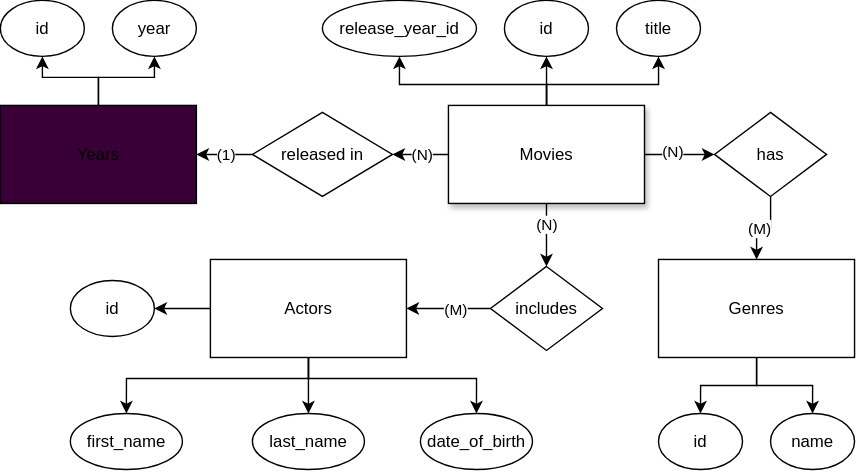
Before: docs/images/diagram-de-chen.svg, a diagram exported from draw.io (danielmuntyanu/java-spring-api-movies). Source tidied: cells renumbered, new cells last; positions are measured from the earlier drawing's top-left corner, leaving out a move shared by most shapes. Source of this version:
```xml
<mxGraphModel>
  <root>
    <mxCell id="0" />
    <mxCell id="1" parent="0" />
    <mxCell id="2" style="edgeStyle=orthogonalEdgeStyle;rounded=0;jettySize=auto;html=1;" parent="1" edge="1" source="11" target="14">
      <mxGeometry relative="1" as="geometry" />
    </mxCell>
    <mxCell id="3" value="(N)" style="edgeLabel;html=1;align=center;verticalAlign=middle;" parent="2" vertex="1">
      <mxGeometry x="-0.2" y="2" relative="1" as="geometry" />
    </mxCell>
    <mxCell id="4" style="edgeStyle=orthogonalEdgeStyle;rounded=0;jettySize=auto;html=1;" parent="1" edge="1" source="11" target="29">
      <mxGeometry relative="1" as="geometry" />
    </mxCell>
    <mxCell id="5" value="(N)" style="edgeLabel;html=1;align=center;verticalAlign=middle;" parent="4" vertex="1">
      <mxGeometry x="0.02" y="3" relative="1" as="geometry">
        <mxPoint x="-3" y="-8" as="offset" />
      </mxGeometry>
    </mxCell>
    <mxCell id="6" style="edgeStyle=orthogonalEdgeStyle;rounded=0;jettySize=auto;html=1;" parent="1" edge="1" source="11" target="32">
      <mxGeometry relative="1" as="geometry" />
    </mxCell>
    <mxCell id="7" value="(N)" style="edgeLabel;html=1;align=center;verticalAlign=middle;" parent="6" vertex="1">
      <mxGeometry x="-0.05" y="-4" relative="1" as="geometry">
        <mxPoint y="4" as="offset" />
      </mxGeometry>
    </mxCell>
    <mxCell id="8" style="edgeStyle=orthogonalEdgeStyle;rounded=0;jettySize=auto;html=1;" parent="1" edge="1" source="11" target="15">
      <mxGeometry relative="1" as="geometry">
        <Array as="points">
          <mxPoint x="390" y="60" />
          <mxPoint x="470" y="60" />
        </Array>
      </mxGeometry>
    </mxCell>
    <mxCell id="9" style="edgeStyle=orthogonalEdgeStyle;rounded=0;jettySize=auto;html=1;" parent="1" edge="1" source="11" target="33">
      <mxGeometry relative="1" as="geometry" />
    </mxCell>
    <mxCell id="10" style="edgeStyle=orthogonalEdgeStyle;rounded=0;jettySize=auto;html=1;" parent="1" edge="1" source="11" target="34">
      <mxGeometry relative="1" as="geometry">
        <Array as="points">
          <mxPoint x="390" y="60" />
          <mxPoint x="285" y="60" />
        </Array>
      </mxGeometry>
    </mxCell>
    <mxCell id="11" value="Movies" style="whiteSpace=wrap;html=1;align=center;fillColor=light-dark(#FFFFFF,#084723);shadow=1;" parent="1" vertex="1">
      <mxGeometry x="320" y="75" width="140" height="70" as="geometry" />
    </mxCell>
    <mxCell id="12" style="edgeStyle=orthogonalEdgeStyle;rounded=0;jettySize=auto;html=1;" parent="1" edge="1" source="14" target="26">
      <mxGeometry relative="1" as="geometry" />
    </mxCell>
    <mxCell id="13" value="(M)" style="edgeLabel;html=1;align=center;verticalAlign=middle;" parent="12" vertex="1">
      <mxGeometry x="0.05" relative="1" as="geometry">
        <mxPoint x="-1" as="offset" />
      </mxGeometry>
    </mxCell>
    <mxCell id="14" value="has" style="shape=rhombus;perimeter=rhombusPerimeter;whiteSpace=wrap;html=1;align=center;fillColor=light-dark(#FFFFFF,#607D06);" parent="1" vertex="1">
      <mxGeometry x="510" y="80" width="80" height="60" as="geometry" />
    </mxCell>
    <mxCell id="15" value="title" style="ellipse;whiteSpace=wrap;html=1;align=center;fillColor=light-dark(#FFFFFF,#000660);" parent="1" vertex="1">
      <mxGeometry x="440" width="60" height="40" as="geometry" />
    </mxCell>
    <mxCell id="16" style="edgeStyle=orthogonalEdgeStyle;rounded=0;jettySize=auto;html=1;" parent="1" edge="1" source="20" target="36">
      <mxGeometry relative="1" as="geometry" />
    </mxCell>
    <mxCell id="17" style="edgeStyle=orthogonalEdgeStyle;rounded=0;jettySize=auto;html=1;" parent="1" edge="1" source="20" target="37">
      <mxGeometry relative="1" as="geometry">
        <Array as="points">
          <mxPoint x="220" y="270" />
          <mxPoint x="340" y="270" />
        </Array>
      </mxGeometry>
    </mxCell>
    <mxCell id="18" style="edgeStyle=orthogonalEdgeStyle;rounded=0;jettySize=auto;html=1;" parent="1" edge="1" source="20" target="35">
      <mxGeometry relative="1" as="geometry">
        <Array as="points">
          <mxPoint x="220" y="270" />
          <mxPoint x="90" y="270" />
        </Array>
      </mxGeometry>
    </mxCell>
    <mxCell id="19" style="edgeStyle=orthogonalEdgeStyle;rounded=0;jettySize=auto;html=1;" parent="1" edge="1" source="20" target="38">
      <mxGeometry relative="1" as="geometry" />
    </mxCell>
    <mxCell id="20" value="Actors" style="whiteSpace=wrap;html=1;align=center;fillColor=light-dark(#FFFFFF,#003C49);" parent="1" vertex="1">
      <mxGeometry x="150" y="185" width="140" height="70" as="geometry" />
    </mxCell>
    <mxCell id="21" style="edgeStyle=orthogonalEdgeStyle;rounded=0;jettySize=auto;html=1;" parent="1" edge="1" source="23" target="42">
      <mxGeometry relative="1" as="geometry" />
    </mxCell>
    <mxCell id="22" style="edgeStyle=orthogonalEdgeStyle;rounded=0;jettySize=auto;html=1;" parent="1" edge="1" source="23" target="41">
      <mxGeometry relative="1" as="geometry" />
    </mxCell>
    <mxCell id="23" value="Years" style="whiteSpace=wrap;html=1;align=center;fillColor=light-dark(#380036,#260238);" parent="1" vertex="1">
      <mxGeometry y="75" width="140" height="70" as="geometry" />
    </mxCell>
    <mxCell id="24" style="edgeStyle=orthogonalEdgeStyle;rounded=0;jettySize=auto;html=1;" parent="1" edge="1" source="26" target="39">
      <mxGeometry relative="1" as="geometry" />
    </mxCell>
    <mxCell id="25" style="edgeStyle=orthogonalEdgeStyle;rounded=0;jettySize=auto;html=1;" parent="1" edge="1" source="26" target="40">
      <mxGeometry relative="1" as="geometry" />
    </mxCell>
    <mxCell id="26" value="Genres" style="whiteSpace=wrap;html=1;align=center;fillColor=light-dark(#FFFFFF,#592E04);" parent="1" vertex="1">
      <mxGeometry x="470" y="185" width="140" height="70" as="geometry" />
    </mxCell>
    <mxCell id="27" style="edgeStyle=orthogonalEdgeStyle;rounded=0;jettySize=auto;html=1;" parent="1" edge="1" source="29" target="20">
      <mxGeometry relative="1" as="geometry" />
    </mxCell>
    <mxCell id="28" value="(M)" style="edgeLabel;html=1;align=center;verticalAlign=middle;" parent="27" vertex="1">
      <mxGeometry x="-0.2" y="1" relative="1" as="geometry">
        <mxPoint x="-1" as="offset" />
      </mxGeometry>
    </mxCell>
    <mxCell id="29" value="includes" style="shape=rhombus;perimeter=rhombusPerimeter;whiteSpace=wrap;html=1;align=center;fillColor=light-dark(#FFFFFF,#607D06);" parent="1" vertex="1">
      <mxGeometry x="350" y="190" width="80" height="60" as="geometry" />
    </mxCell>
    <mxCell id="30" style="edgeStyle=orthogonalEdgeStyle;rounded=0;jettySize=auto;html=1;" parent="1" edge="1" source="32" target="23">
      <mxGeometry relative="1" as="geometry" />
    </mxCell>
    <mxCell id="31" value="(1)" style="edgeLabel;html=1;align=center;verticalAlign=middle;" parent="30" vertex="1">
      <mxGeometry x="-0.05" relative="1" as="geometry" />
    </mxCell>
    <mxCell id="32" value="released in" style="shape=rhombus;perimeter=rhombusPerimeter;whiteSpace=wrap;html=1;align=center;fillColor=light-dark(#FFFFFF,#607D06);shadow=0;" parent="1" vertex="1">
      <mxGeometry x="180" y="80" width="100" height="60" as="geometry" />
    </mxCell>
    <mxCell id="33" value="id" style="ellipse;whiteSpace=wrap;html=1;align=center;fillColor=light-dark(#FFFFFF,#000660);" parent="1" vertex="1">
      <mxGeometry x="360" width="60" height="40" as="geometry" />
    </mxCell>
    <mxCell id="34" value="release_year_id" style="ellipse;whiteSpace=wrap;html=1;align=center;fillColor=light-dark(#FFFFFF,#000660);" parent="1" vertex="1">
      <mxGeometry x="230" width="110" height="40" as="geometry" />
    </mxCell>
    <mxCell id="35" value="first_name" style="ellipse;whiteSpace=wrap;html=1;align=center;fillColor=light-dark(#FFFFFF,#000660);" parent="1" vertex="1">
      <mxGeometry x="50" y="295" width="80" height="40" as="geometry" />
    </mxCell>
    <mxCell id="36" value="id" style="ellipse;whiteSpace=wrap;html=1;align=center;fillColor=light-dark(#FFFFFF,#000660);" parent="1" vertex="1">
      <mxGeometry x="50" y="200" width="60" height="40" as="geometry" />
    </mxCell>
    <mxCell id="37" value="date_of_birth" style="ellipse;whiteSpace=wrap;html=1;align=center;fillColor=light-dark(#FFFFFF,#000660);" parent="1" vertex="1">
      <mxGeometry x="300" y="295" width="80" height="40" as="geometry" />
    </mxCell>
    <mxCell id="38" value="last_name" style="ellipse;whiteSpace=wrap;html=1;align=center;fillColor=light-dark(#FFFFFF,#000660);" parent="1" vertex="1">
      <mxGeometry x="180" y="295" width="80" height="40" as="geometry" />
    </mxCell>
    <mxCell id="39" value="id" style="ellipse;whiteSpace=wrap;html=1;align=center;fillColor=light-dark(#FFFFFF,#000660);" parent="1" vertex="1">
      <mxGeometry x="470" y="295" width="60" height="40" as="geometry" />
    </mxCell>
    <mxCell id="40" value="name" style="ellipse;whiteSpace=wrap;html=1;align=center;fillColor=light-dark(#FFFFFF,#000660);" parent="1" vertex="1">
      <mxGeometry x="550" y="295" width="60" height="40" as="geometry" />
    </mxCell>
    <mxCell id="41" value="id" style="ellipse;whiteSpace=wrap;html=1;align=center;fillColor=light-dark(#FFFFFF,#000660);" parent="1" vertex="1">
      <mxGeometry width="60" height="40" as="geometry" />
    </mxCell>
    <mxCell id="42" value="year" style="ellipse;whiteSpace=wrap;html=1;align=center;fillColor=light-dark(#FFFFFF,#000660);" parent="1" vertex="1">
      <mxGeometry x="80" width="60" height="40" as="geometry" />
    </mxCell>
  </root>
</mxGraphModel>
```
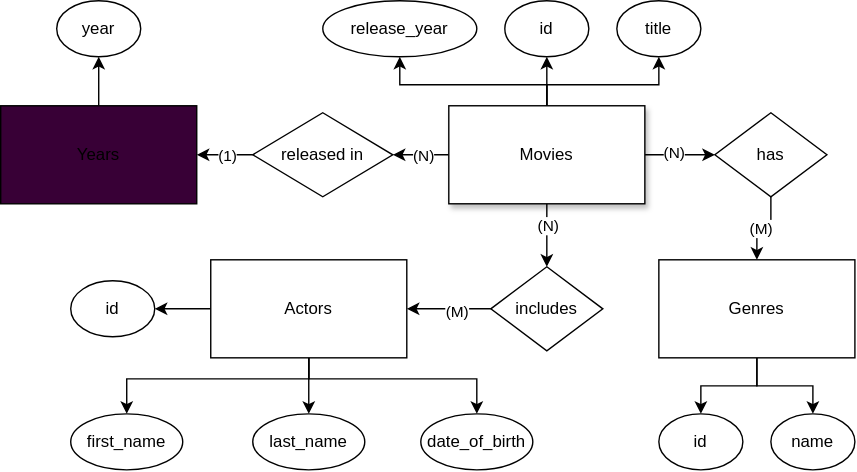
The same diagram one commit later.

What changed in the source:
```diff
@@ -88,9 +88,6 @@
     <mxCell id="21" style="edgeStyle=orthogonalEdgeStyle;rounded=0;jettySize=auto;html=1;" parent="1" edge="1" source="23" target="42">
       <mxGeometry relative="1" as="geometry" />
     </mxCell>
-    <mxCell id="22" style="edgeStyle=orthogonalEdgeStyle;rounded=0;jettySize=auto;html=1;" parent="1" edge="1" source="23" target="41">
-      <mxGeometry relative="1" as="geometry" />
-    </mxCell>
     <mxCell id="23" value="Years" style="whiteSpace=wrap;html=1;align=center;fillColor=light-dark(#380036,#260238);" parent="1" vertex="1">
       <mxGeometry y="75" width="140" height="70" as="geometry" />
     </mxCell>
@@ -126,7 +123,7 @@
     <mxCell id="33" value="id" style="ellipse;whiteSpace=wrap;html=1;align=center;fillColor=light-dark(#FFFFFF,#000660);" parent="1" vertex="1">
       <mxGeometry x="360" width="60" height="40" as="geometry" />
     </mxCell>
-    <mxCell id="34" value="release_year_id" style="ellipse;whiteSpace=wrap;html=1;align=center;fillColor=light-dark(#FFFFFF,#000660);" parent="1" vertex="1">
+    <mxCell id="34" value="release_year" style="ellipse;whiteSpace=wrap;html=1;align=center;fillColor=light-dark(#FFFFFF,#000660);" parent="1" vertex="1">
       <mxGeometry x="230" width="110" height="40" as="geometry" />
     </mxCell>
     <mxCell id="35" value="first_name" style="ellipse;whiteSpace=wrap;html=1;align=center;fillColor=light-dark(#FFFFFF,#000660);" parent="1" vertex="1">
@@ -147,11 +144,8 @@
     <mxCell id="40" value="name" style="ellipse;whiteSpace=wrap;html=1;align=center;fillColor=light-dark(#FFFFFF,#000660);" parent="1" vertex="1">
       <mxGeometry x="550" y="295" width="60" height="40" as="geometry" />
     </mxCell>
-    <mxCell id="41" value="id" style="ellipse;whiteSpace=wrap;html=1;align=center;fillColor=light-dark(#FFFFFF,#000660);" parent="1" vertex="1">
-      <mxGeometry width="60" height="40" as="geometry" />
-    </mxCell>
     <mxCell id="42" value="year" style="ellipse;whiteSpace=wrap;html=1;align=center;fillColor=light-dark(#FFFFFF,#000660);" parent="1" vertex="1">
-      <mxGeometry x="80" width="60" height="40" as="geometry" />
+      <mxGeometry x="40" width="60" height="40" as="geometry" />
     </mxCell>
   </root>
 </mxGraphModel>
```
